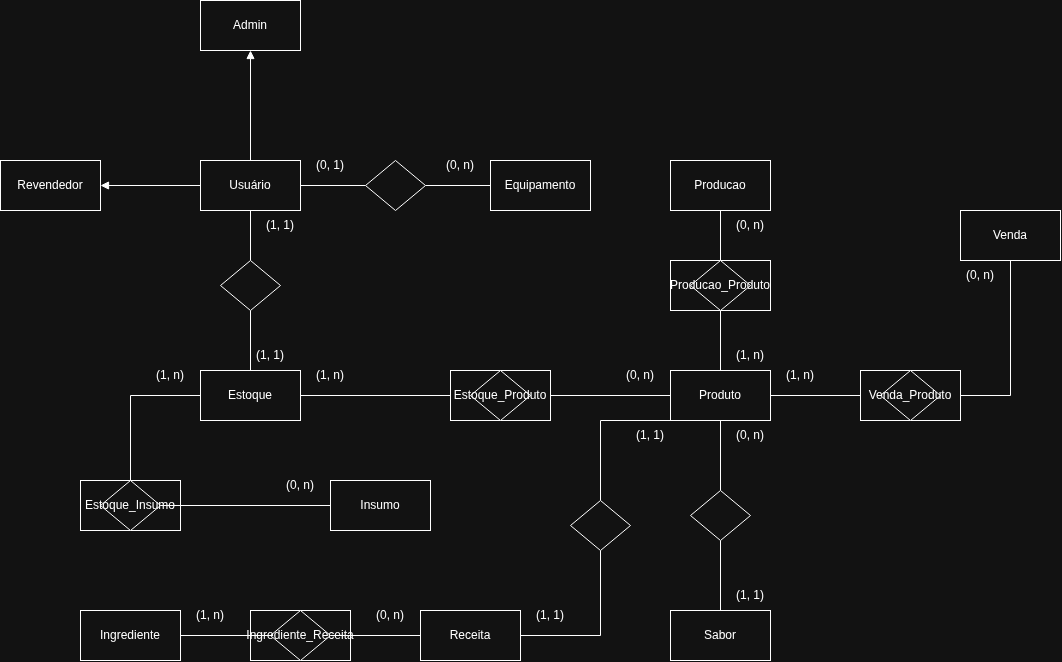
Earlier version of the draw.io export docs/diagramas/DER.png (kaue0000/autonium-api). Source tidied: cells renumbered, new cells last; positions are measured from the earlier drawing's top-left corner, leaving out a move shared by most shapes.
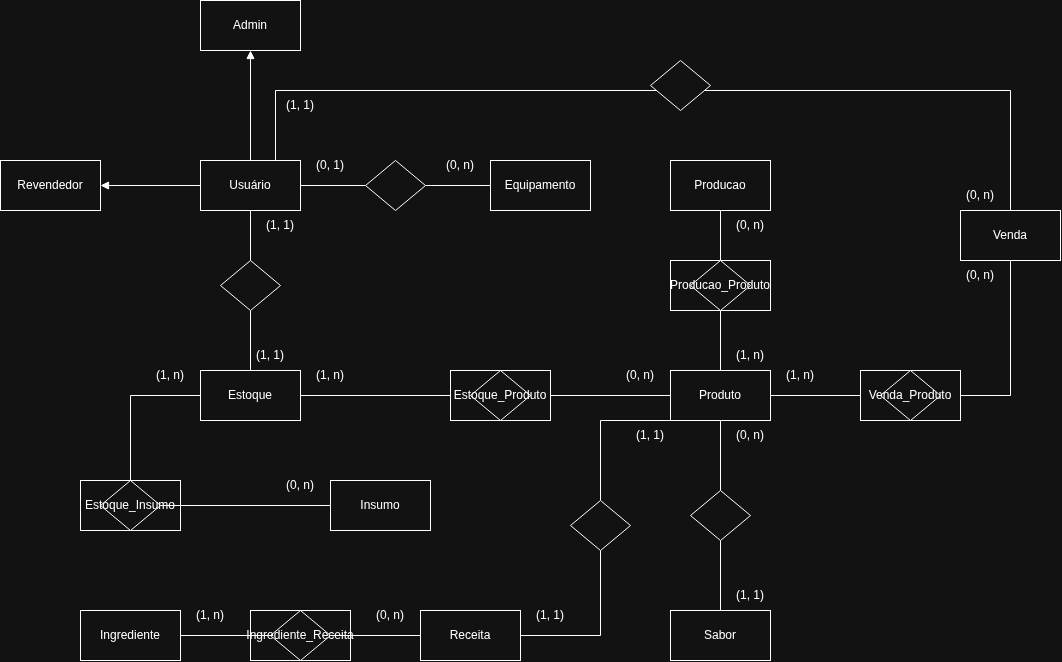
Later version of the same file.

Commit message:
fix: Alterações nos relacionamentos para maior fidelização com o projeto

What changed in the source:
```diff
@@ -20,6 +20,13 @@
     <mxCell id="7" style="rounded=0;jettySize=auto;html=1;defaultLabelBackgroundColor=gap;endArrow=none;endFill=0;" parent="1" edge="1" source="41" target="36">
       <mxGeometry relative="1" as="geometry" />
     </mxCell>
+    <mxCell id="65" style="rounded=0;jettySize=auto;html=1;entryX=0.5;entryY=0;entryDx=0;entryDy=0;defaultLabelBackgroundColor=page;edgeStyle=orthogonalEdgeStyle;endArrow=none;endFill=0;" parent="1" edge="1" source="67" target="17">
+      <mxGeometry x="-0.37" relative="1" as="geometry">
+        <Array as="points">
+          <mxPoint x="1010" y="90" />
+        </Array>
+      </mxGeometry>
+    </mxCell>
     <mxCell id="8" value="Usuário" style="html=1;dashed=0;whiteSpace=wrap;" parent="1" vertex="1">
       <mxGeometry x="200" y="160" width="100" height="50" as="geometry" />
     </mxCell>
@@ -199,5 +206,21 @@
     <mxCell id="64" value="Ingrediente_Receita" style="shape=rhombus;html=1;dashed=0;whiteSpace=wrap;perimeter=rhombusPerimeter;" parent="1" vertex="1">
       <mxGeometry x="270" y="610" width="60" height="50" as="geometry" />
     </mxCell>
+    <mxCell id="66" style="rounded=0;jettySize=auto;html=1;exitX=0.75;exitY=0;exitDx=0;exitDy=0;defaultLabelBackgroundColor=page;edgeStyle=orthogonalEdgeStyle;endArrow=none;endFill=0;" parent="1" edge="1" source="8" target="67">
+      <mxGeometry x="-0.21" relative="1" as="geometry">
+        <Array as="points">
+          <mxPoint x="275" y="90" />
+        </Array>
+      </mxGeometry>
+    </mxCell>
+    <mxCell id="67" style="shape=rhombus;html=1;dashed=0;whiteSpace=wrap;perimeter=rhombusPerimeter;" parent="1" vertex="1">
+      <mxGeometry x="650" y="60" width="60" height="50" as="geometry" />
+    </mxCell>
+    <mxCell id="68" value="(0, n)" style="text;html=1;whiteSpace=wrap;strokeColor=none;fillColor=none;align=center;verticalAlign=middle;rounded=0;" parent="1" vertex="1">
+      <mxGeometry x="950" y="180" width="60" height="30" as="geometry" />
+    </mxCell>
+    <mxCell id="69" value="(1, 1)" style="text;html=1;whiteSpace=wrap;strokeColor=none;fillColor=none;align=center;verticalAlign=middle;rounded=0;" parent="1" vertex="1">
+      <mxGeometry x="270" y="90" width="60" height="30" as="geometry" />
+    </mxCell>
   </root>
 </mxGraphModel>
```
